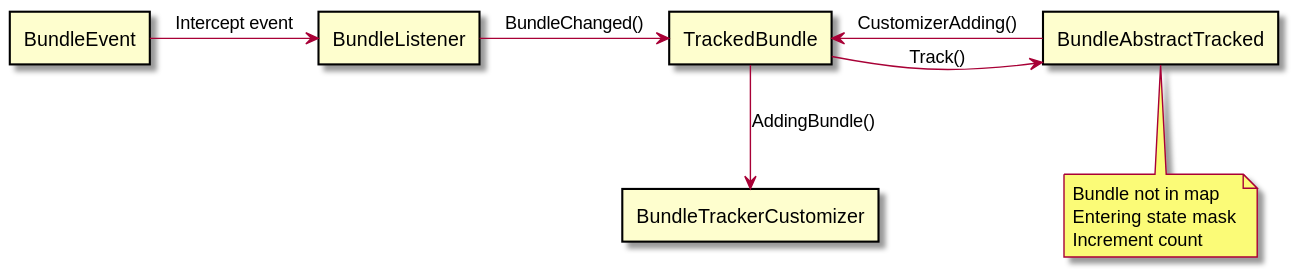
The PlantUML diagram text/0009-BundleTracker-integration/addbundle_diagram.svg in CppMicroServices/rfcs, before a commit. The source it was exported from:
```plantuml
@startuml addbundle_diagram

rectangle "BundleEvent" as BE
rectangle "BundleListener" as BL
rectangle "TrackedBundle" as TB
rectangle "BundleAbstractTracked" as BAT
rectangle "BundleTrackerCustomizer" as BTC

BE -> BL : Intercept event
BL -> TB : BundleChanged()
TB -> BAT : Track()
TB <- BAT: CustomizerAdding()
TB -d-> BTC : AddingBundle()

note bottom of BAT : Bundle not in map\nEntering state mask\nIncrement count

@enduml
```
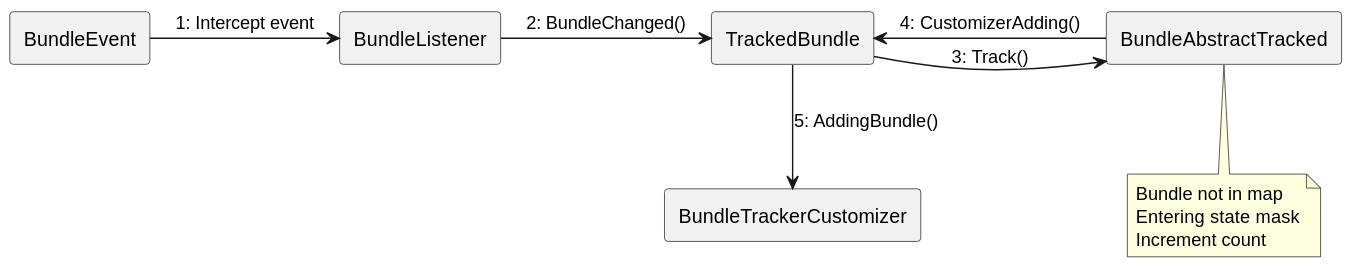
The same file after the commit.

Diff of the diagram source:
```diff
@@ -6,11 +6,11 @@
 rectangle "BundleAbstractTracked" as BAT
 rectangle "BundleTrackerCustomizer" as BTC
 
-BE -> BL : Intercept event
-BL -> TB : BundleChanged()
-TB -> BAT : Track()
-TB <- BAT: CustomizerAdding()
-TB -d-> BTC : AddingBundle()
+BE -> BL : 1: Intercept event
+BL -> TB : 2: BundleChanged()
+TB -> BAT : 3: Track()
+TB <- BAT : 4: CustomizerAdding()
+TB -d-> BTC : 5: AddingBundle()
 
 note bottom of BAT : Bundle not in map\nEntering state mask\nIncrement count
 
```
